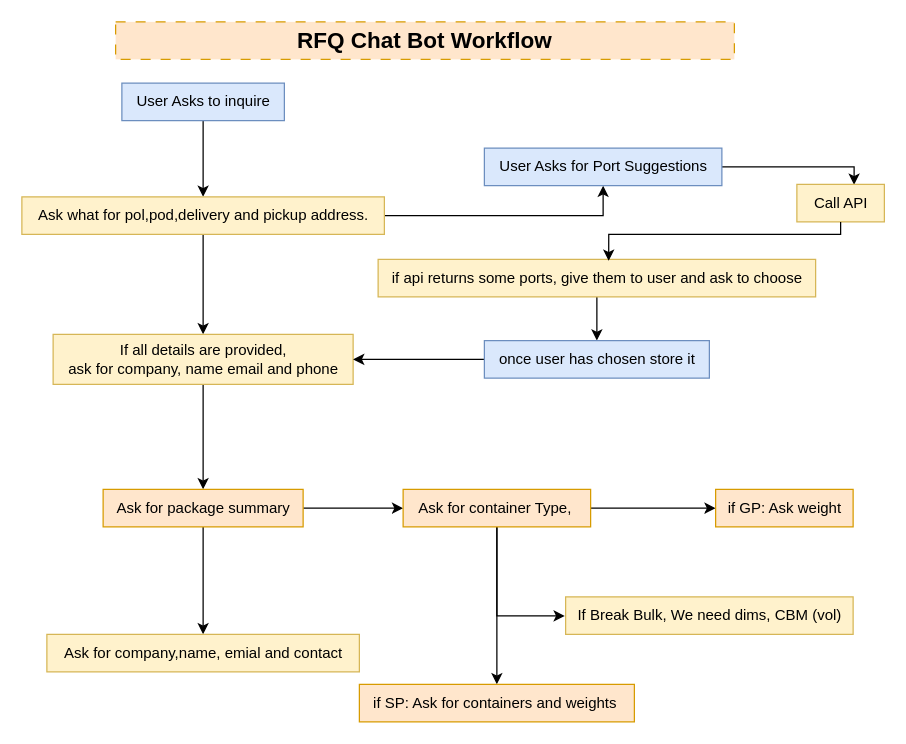
Above: rfqbot/rfq_chatbot_workflow.drawio in harshalshah43/autogenbot (draw.io), before the change. Source tidied: cells renumbered, new cells numbered last; positions are measured from the earlier drawing's top-left corner, leaving out a move shared by most shapes. Both pictures are drawn from the tidied source at 125%, with x=0, y=0 at pixel (21, 21).
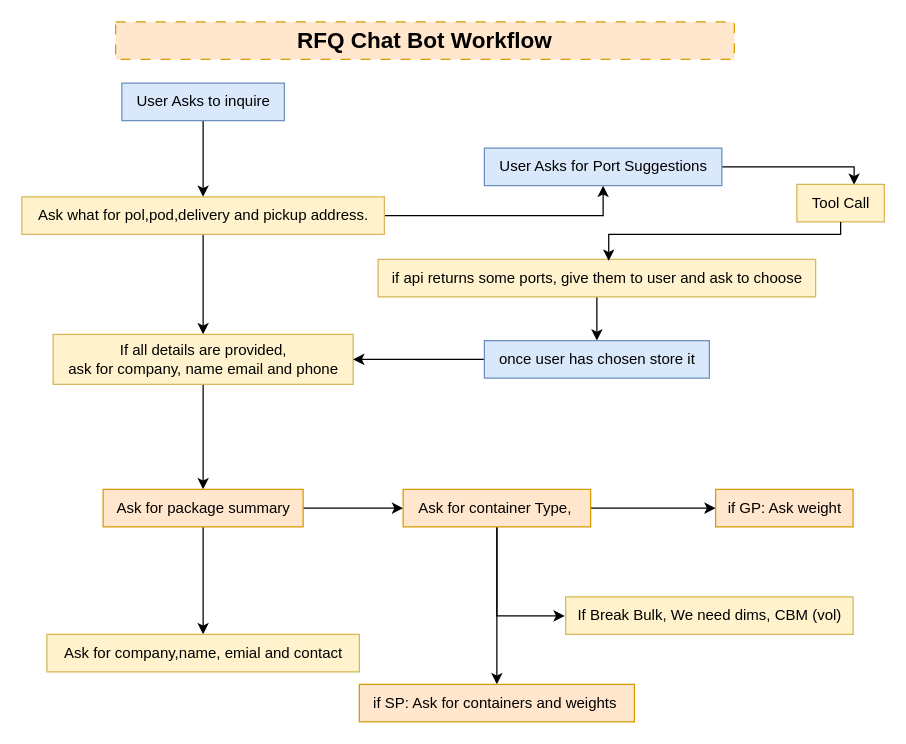
The same page after the edit.

Diff of the diagram source:
```diff
@@
-    <mxCell id="27" value="Call API" style="text;html=1;align=center;verticalAlign=middle;points=[];strokeColor=#d6b656;fillColor=#fff2cc;" parent="1" vertex="1">
+    <mxCell id="27" value="Tool Call" style="text;html=1;align=center;verticalAlign=middle;points=[];strokeColor=#d6b656;fillColor=#fff2cc;" parent="1" vertex="1">
       <mxGeometry x="620" y="130" width="70" height="30" as="geometry" />
     </mxCell>
```
